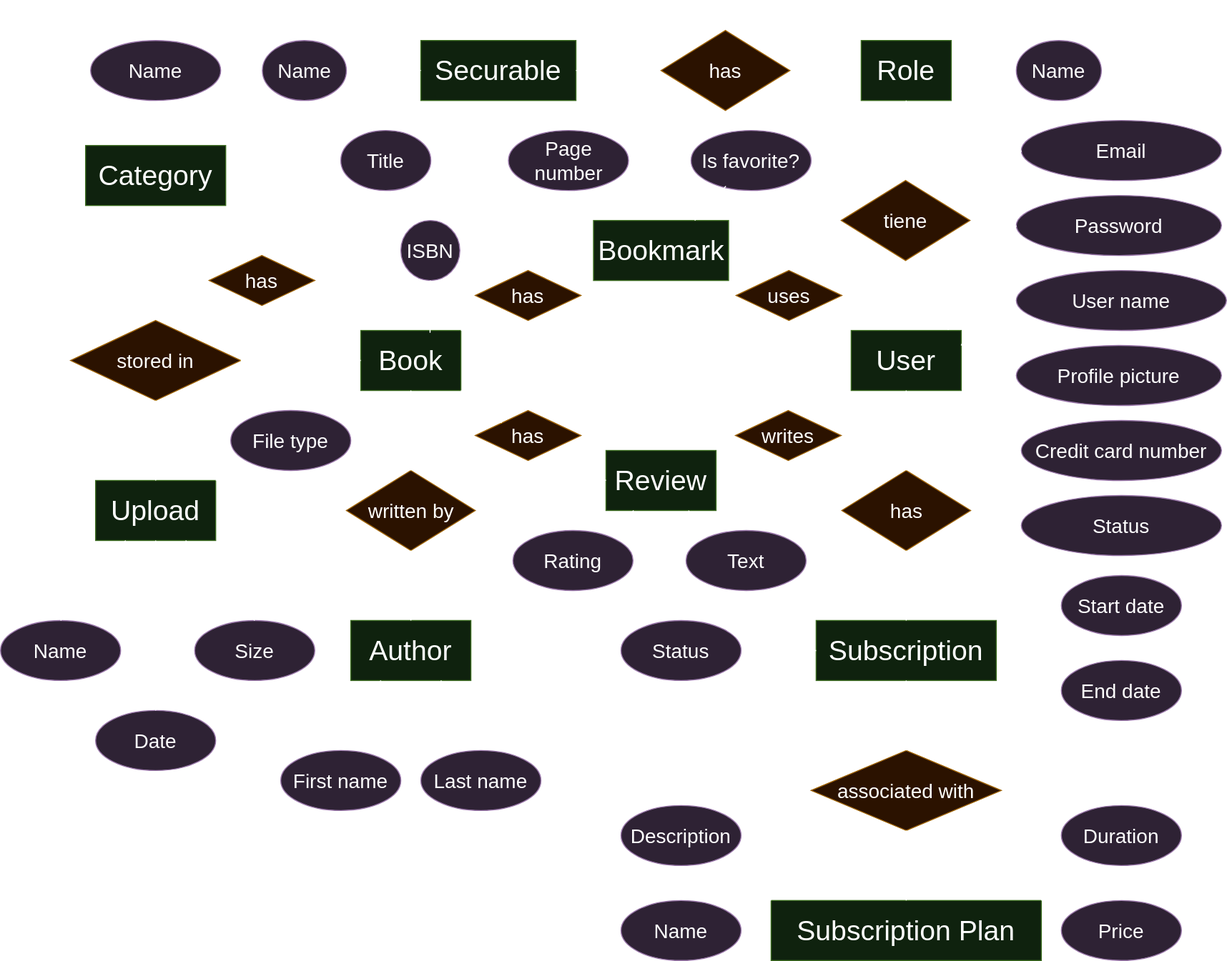
Earlier version of the draw.io export docs/en/dark/entity-relationship-diagram.svg (Manfp97/the-wordsmiths-collection). Source tidied: cells renumbered, new cells last; positions are measured from the earlier drawing's top-left corner, leaving out a move shared by most shapes.
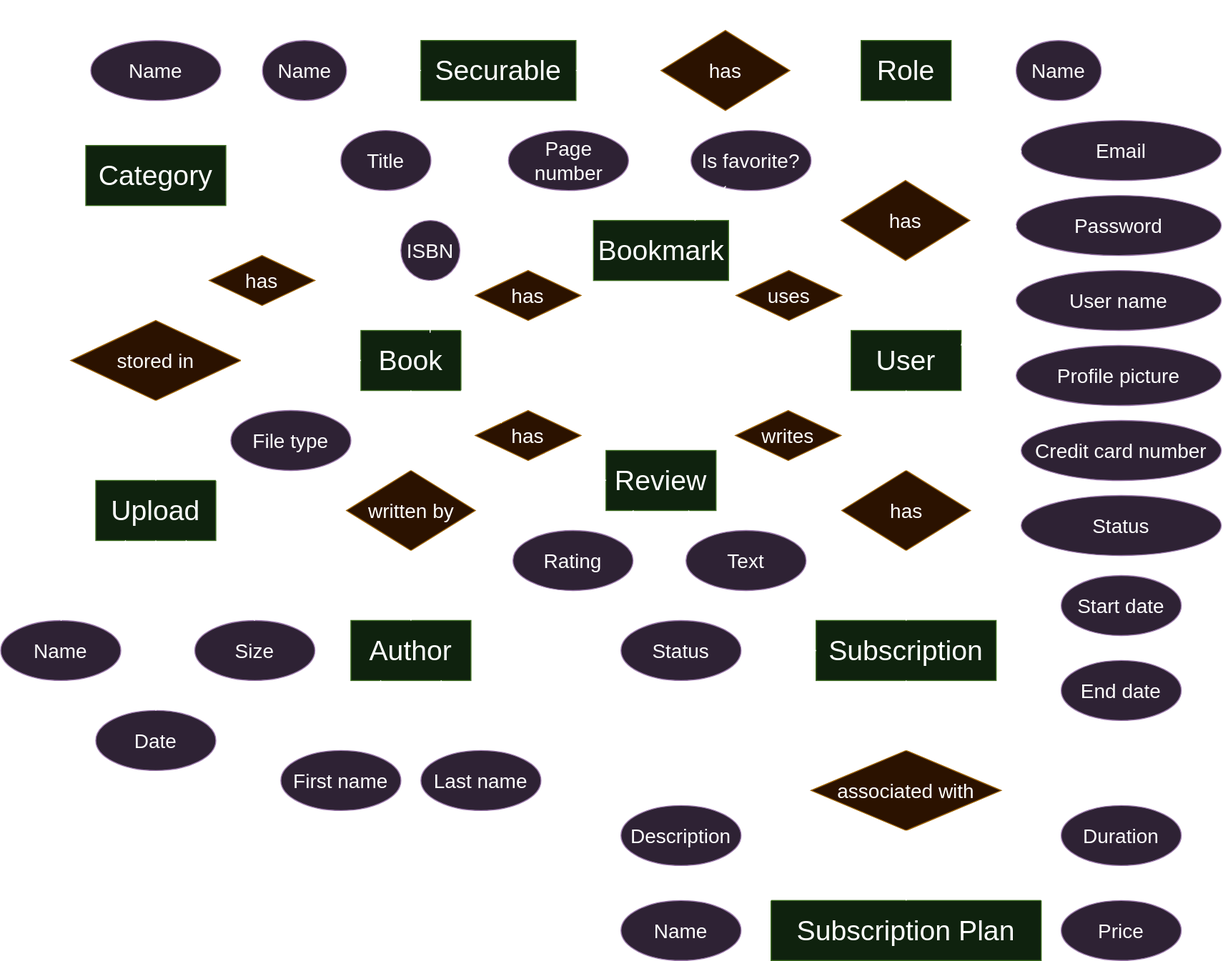
Above is the later version.

Commit message:
Update entity relationship diagrams in `en`

The edit, as a diff of the source:
```diff
@@ -174,7 +174,7 @@
       <mxGeometry x="280" y="750" width="120" height="60" as="geometry" />
     </mxCell>
     <mxCell id="59" value="User name" style="ellipse;whiteSpace=wrap;html=1;fillColor=#e1d5e7;strokeColor=#9673a6;fontSize=20;" parent="1" vertex="1">
-      <mxGeometry x="1015" y="270" width="210" height="60" as="geometry" />
+      <mxGeometry x="1015" y="270" width="205" height="60" as="geometry" />
     </mxCell>
     <mxCell id="60" value="Profile picture" style="ellipse;whiteSpace=wrap;html=1;fillColor=#e1d5e7;strokeColor=#9673a6;fontSize=20;" parent="1" vertex="1">
       <mxGeometry x="1015" y="345" width="205" height="60" as="geometry" />
@@ -242,7 +242,7 @@
     <mxCell id="81" style="edgeStyle=none;shape=connector;rounded=0;jettySize=auto;html=1;exitX=0.5;exitY=0;exitDx=0;exitDy=0;entryX=0.5;entryY=1;entryDx=0;entryDy=0;labelBackgroundColor=default;strokeColor=default;align=center;verticalAlign=middle;fontFamily=Helvetica;fontSize=11;fontColor=default;endArrow=none;" parent="1" edge="1" source="82" target="80">
       <mxGeometry relative="1" as="geometry" />
     </mxCell>
-    <mxCell id="82" value="&lt;font style=&quot;font-size: 20px;&quot;&gt;tiene&lt;/font&gt;" style="rhombus;whiteSpace=wrap;html=1;rounded=0;fillColor=#ffe6cc;strokeColor=#d79b00;" parent="1" vertex="1">
+    <mxCell id="82" value="&lt;font style=&quot;font-size: 20px;&quot;&gt;has&lt;/font&gt;" style="rhombus;whiteSpace=wrap;html=1;rounded=0;fillColor=#ffe6cc;strokeColor=#d79b00;" parent="1" vertex="1">
       <mxGeometry x="840" y="180" width="128.8" height="80" as="geometry" />
     </mxCell>
     <mxCell id="83" value="(1, n)" style="text;html=1;align=center;verticalAlign=middle;strokeColor=none;fillColor=none;fontSize=16;fontFamily=Helvetica;fontColor=default;" parent="1" vertex="1">
```
